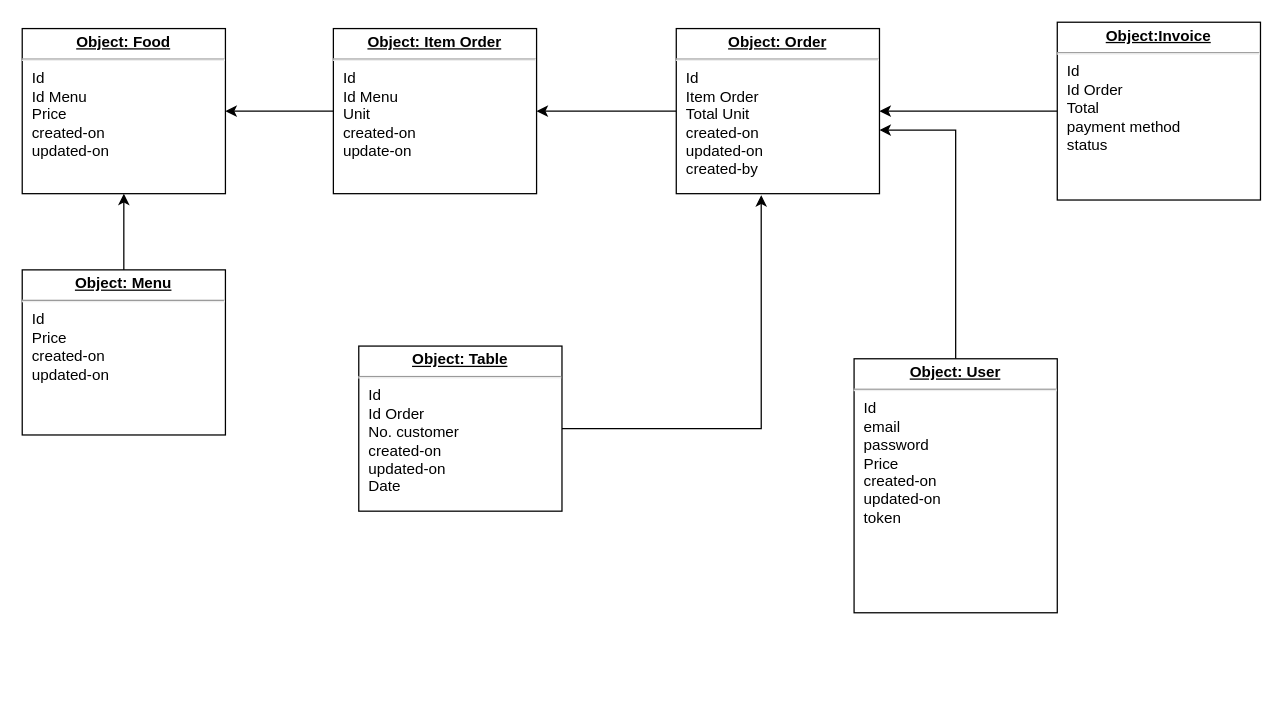
Before: model-design.drawio in kispeagle/restaurant-management, a draw.io diagram. Source tidied: cells renumbered, new cells numbered last; positions are measured from the earlier drawing's top-left corner, leaving out a move shared by most shapes. Both pictures are drawn from the tidied source at 127%, with x=0, y=0 at pixel (22, 22).
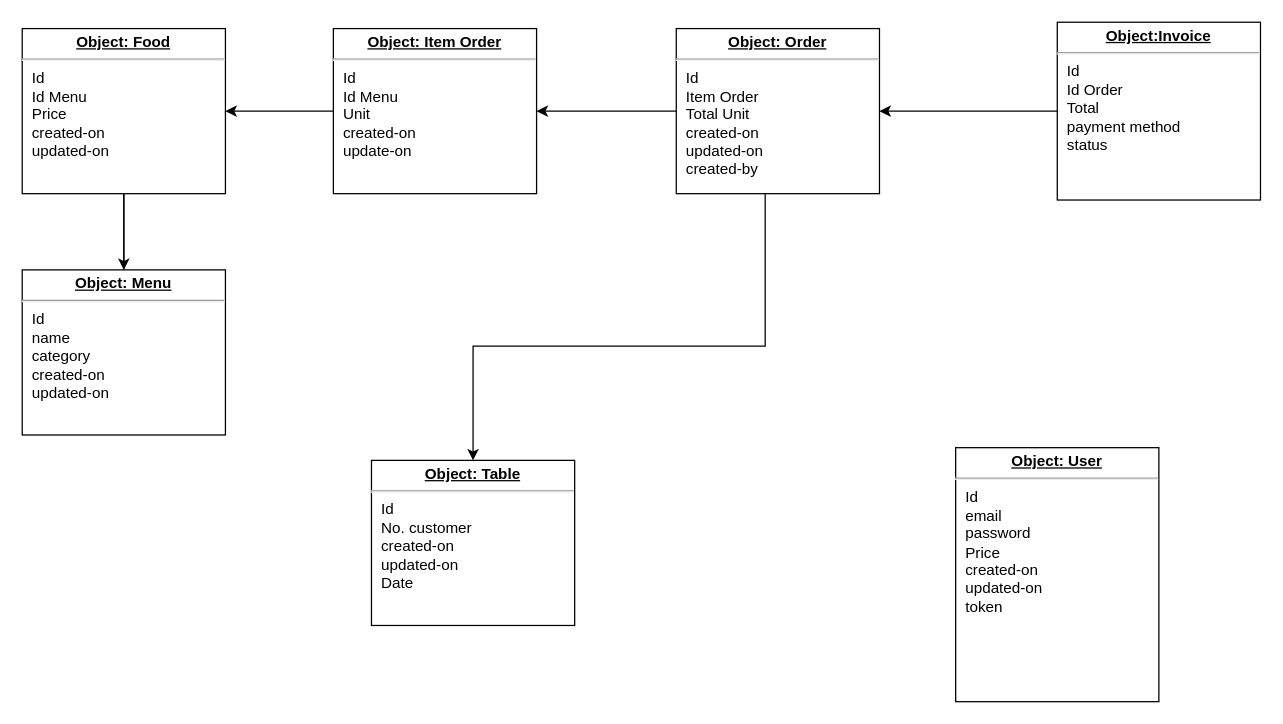
Above is the later version.

Diff of the diagram source:
```diff
@@
 <mxGraphModel>
   <root>
     <mxCell id="0" />
     <mxCell id="1" parent="0" />
+    <mxCell id="15" style="edgeStyle=orthogonalEdgeStyle;rounded=0;jettySize=auto;html=1;" parent="1" edge="1" source="2">
+      <mxGeometry relative="1" as="geometry">
+        <mxPoint x="80" y="250" as="targetPoint" />
+      </mxGeometry>
+    </mxCell>
+    <mxCell id="16" style="edgeStyle=orthogonalEdgeStyle;rounded=0;jettySize=auto;html=1;" parent="1" edge="1" source="2" target="4">
+      <mxGeometry relative="1" as="geometry" />
+    </mxCell>
     <mxCell id="2" value="&lt;p style=&quot;margin:0px;margin-top:4px;text-align:center;text-decoration:underline;&quot;&gt;&lt;b&gt;Object: Food&lt;/b&gt;&lt;/p&gt;&lt;hr&gt;&lt;p style=&quot;margin:0px;margin-left:8px;&quot;&gt;Id&lt;/p&gt;&lt;p style=&quot;margin:0px;margin-left:8px;&quot;&gt;Id Menu&lt;/p&gt;&lt;p style=&quot;margin:0px;margin-left:8px;&quot;&gt;Price&lt;/p&gt;&lt;p style=&quot;margin:0px;margin-left:8px;&quot;&gt;created-on&lt;/p&gt;&lt;p style=&quot;margin:0px;margin-left:8px;&quot;&gt;updated-on&lt;/p&gt;" style="verticalAlign=top;align=left;overflow=fill;fontSize=12;fontFamily=Helvetica;html=1;" parent="1" vertex="1">
       <mxGeometry y="5" width="160" height="130" as="geometry" />
     </mxCell>
-    <mxCell id="3" style="edgeStyle=orthogonalEdgeStyle;rounded=0;jettySize=auto;html=1;entryX=0.5;entryY=1;entryDx=0;entryDy=0;" parent="1" edge="1" source="4" target="2">
-      <mxGeometry relative="1" as="geometry" />
-    </mxCell>
-    <mxCell id="4" value="&lt;p style=&quot;margin:0px;margin-top:4px;text-align:center;text-decoration:underline;&quot;&gt;&lt;b&gt;Object: Menu&lt;/b&gt;&lt;/p&gt;&lt;hr&gt;&lt;p style=&quot;margin:0px;margin-left:8px;&quot;&gt;Id&lt;/p&gt;&lt;p style=&quot;margin:0px;margin-left:8px;&quot;&gt;Price&lt;/p&gt;&lt;p style=&quot;margin:0px;margin-left:8px;&quot;&gt;created-on&lt;/p&gt;&lt;p style=&quot;margin:0px;margin-left:8px;&quot;&gt;updated-on&lt;/p&gt;" style="verticalAlign=top;align=left;overflow=fill;fontSize=12;fontFamily=Helvetica;html=1;" parent="1" vertex="1">
+    <mxCell id="4" value="&lt;p style=&quot;margin:0px;margin-top:4px;text-align:center;text-decoration:underline;&quot;&gt;&lt;b&gt;Object: Menu&lt;/b&gt;&lt;/p&gt;&lt;hr&gt;&lt;p style=&quot;margin:0px;margin-left:8px;&quot;&gt;Id&lt;/p&gt;&lt;p style=&quot;margin:0px;margin-left:8px;&quot;&gt;name&lt;/p&gt;&lt;p style=&quot;margin:0px;margin-left:8px;&quot;&gt;category&lt;/p&gt;&lt;p style=&quot;margin:0px;margin-left:8px;&quot;&gt;created-on&lt;/p&gt;&lt;p style=&quot;margin:0px;margin-left:8px;&quot;&gt;updated-on&lt;/p&gt;" style="verticalAlign=top;align=left;overflow=fill;fontSize=12;fontFamily=Helvetica;html=1;" parent="1" vertex="1">
       <mxGeometry y="195" width="160" height="130" as="geometry" />
     </mxCell>
     <mxCell id="5" style="edgeStyle=orthogonalEdgeStyle;rounded=0;jettySize=auto;html=1;" parent="1" edge="1" source="6" target="2">
       <mxGeometry relative="1" as="geometry" />
     </mxCell>
     <mxCell id="6" value="&lt;p style=&quot;margin:0px;margin-top:4px;text-align:center;text-decoration:underline;&quot;&gt;&lt;b&gt;Object: Item Order&lt;/b&gt;&lt;/p&gt;&lt;hr&gt;&lt;p style=&quot;margin:0px;margin-left:8px;&quot;&gt;Id&lt;/p&gt;&lt;p style=&quot;margin:0px;margin-left:8px;&quot;&gt;Id Menu&lt;/p&gt;&lt;p style=&quot;margin:0px;margin-left:8px;&quot;&gt;Unit&lt;/p&gt;&lt;p style=&quot;margin:0px;margin-left:8px;&quot;&gt;created-on&lt;/p&gt;&lt;p style=&quot;margin:0px;margin-left:8px;&quot;&gt;update-on&lt;/p&gt;" style="verticalAlign=top;align=left;overflow=fill;fontSize=12;fontFamily=Helvetica;html=1;" parent="1" vertex="1">
       <mxGeometry x="245" y="5" width="160" height="130" as="geometry" />
     </mxCell>
     <mxCell id="7" style="edgeStyle=orthogonalEdgeStyle;rounded=0;jettySize=auto;html=1;" parent="1" edge="1" source="8" target="6">
       <mxGeometry relative="1" as="geometry" />
     </mxCell>
+    <mxCell id="17" style="edgeStyle=orthogonalEdgeStyle;rounded=0;jettySize=auto;html=1;entryX=0.5;entryY=0;entryDx=0;entryDy=0;" parent="1" edge="1" source="8" target="10">
+      <mxGeometry relative="1" as="geometry">
+        <Array as="points">
+          <mxPoint x="585" y="255" />
+        </Array>
+      </mxGeometry>
+    </mxCell>
     <mxCell id="8" value="&lt;p style=&quot;margin:0px;margin-top:4px;text-align:center;text-decoration:underline;&quot;&gt;&lt;b&gt;Object: Order&lt;/b&gt;&lt;/p&gt;&lt;hr&gt;&lt;p style=&quot;margin:0px;margin-left:8px;&quot;&gt;Id&lt;/p&gt;&lt;p style=&quot;margin:0px;margin-left:8px;&quot;&gt;Item Order&lt;/p&gt;&lt;p style=&quot;margin:0px;margin-left:8px;&quot;&gt;Total Unit&lt;/p&gt;&lt;p style=&quot;margin:0px;margin-left:8px;&quot;&gt;created-on&lt;/p&gt;&lt;p style=&quot;margin:0px;margin-left:8px;&quot;&gt;updated-on&lt;/p&gt;&lt;p style=&quot;margin:0px;margin-left:8px;&quot;&gt;created-by&lt;/p&gt;" style="verticalAlign=top;align=left;overflow=fill;fontSize=12;fontFamily=Helvetica;html=1;" parent="1" vertex="1">
       <mxGeometry x="515" y="5" width="160" height="130" as="geometry" />
     </mxCell>
-    <mxCell id="9" style="edgeStyle=orthogonalEdgeStyle;rounded=0;jettySize=auto;html=1;entryX=0.418;entryY=1.009;entryDx=0;entryDy=0;entryPerimeter=0;" parent="1" edge="1" source="10" target="8">
-      <mxGeometry relative="1" as="geometry" />
-    </mxCell>
-    <mxCell id="10" value="&lt;p style=&quot;margin:0px;margin-top:4px;text-align:center;text-decoration:underline;&quot;&gt;&lt;b&gt;Object: Table&lt;/b&gt;&lt;/p&gt;&lt;hr&gt;&lt;p style=&quot;margin:0px;margin-left:8px;&quot;&gt;Id&lt;/p&gt;&lt;p style=&quot;margin:0px;margin-left:8px;&quot;&gt;Id Order&lt;/p&gt;&lt;p style=&quot;margin:0px;margin-left:8px;&quot;&gt;No. customer&lt;/p&gt;&lt;p style=&quot;margin:0px;margin-left:8px;&quot;&gt;created-on&lt;/p&gt;&lt;p style=&quot;margin:0px;margin-left:8px;&quot;&gt;updated-on&lt;/p&gt;&lt;p style=&quot;margin:0px;margin-left:8px;&quot;&gt;Date&lt;/p&gt;" style="verticalAlign=top;align=left;overflow=fill;fontSize=12;fontFamily=Helvetica;html=1;" parent="1" vertex="1">
-      <mxGeometry x="265" y="255" width="160" height="130" as="geometry" />
+    <mxCell id="10" value="&lt;p style=&quot;margin:0px;margin-top:4px;text-align:center;text-decoration:underline;&quot;&gt;&lt;b&gt;Object: Table&lt;/b&gt;&lt;/p&gt;&lt;hr&gt;&lt;p style=&quot;margin:0px;margin-left:8px;&quot;&gt;Id&lt;/p&gt;&lt;p style=&quot;margin:0px;margin-left:8px;&quot;&gt;No. customer&lt;/p&gt;&lt;p style=&quot;margin:0px;margin-left:8px;&quot;&gt;created-on&lt;/p&gt;&lt;p style=&quot;margin:0px;margin-left:8px;&quot;&gt;updated-on&lt;/p&gt;&lt;p style=&quot;margin:0px;margin-left:8px;&quot;&gt;Date&lt;/p&gt;" style="verticalAlign=top;align=left;overflow=fill;fontSize=12;fontFamily=Helvetica;html=1;" parent="1" vertex="1">
+      <mxGeometry x="275" y="345" width="160" height="130" as="geometry" />
     </mxCell>
-    <mxCell id="11" style="edgeStyle=orthogonalEdgeStyle;rounded=0;jettySize=auto;html=1;entryX=1;entryY=0.615;entryDx=0;entryDy=0;entryPerimeter=0;" parent="1" edge="1" source="12" target="8">
-      <mxGeometry relative="1" as="geometry" />
-    </mxCell>
     <mxCell id="12" value="&lt;p style=&quot;margin:0px;margin-top:4px;text-align:center;text-decoration:underline;&quot;&gt;&lt;b&gt;Object: User&lt;/b&gt;&lt;/p&gt;&lt;hr&gt;&lt;p style=&quot;margin:0px;margin-left:8px;&quot;&gt;Id&lt;/p&gt;&lt;p style=&quot;margin:0px;margin-left:8px;&quot;&gt;email&lt;/p&gt;&lt;p style=&quot;margin:0px;margin-left:8px;&quot;&gt;password&lt;/p&gt;&lt;p style=&quot;margin:0px;margin-left:8px;&quot;&gt;Price&lt;/p&gt;&lt;p style=&quot;margin:0px;margin-left:8px;&quot;&gt;created-on&lt;/p&gt;&lt;p style=&quot;margin:0px;margin-left:8px;&quot;&gt;updated-on&lt;/p&gt;&lt;p style=&quot;margin:0px;margin-left:8px;&quot;&gt;token&lt;/p&gt;" style="verticalAlign=top;align=left;overflow=fill;fontSize=12;fontFamily=Helvetica;html=1;" parent="1" vertex="1">
-      <mxGeometry x="655" y="265" width="160" height="200" as="geometry" />
+      <mxGeometry x="735" y="335" width="160" height="200" as="geometry" />
     </mxCell>
     <mxCell id="13" style="edgeStyle=orthogonalEdgeStyle;rounded=0;jettySize=auto;html=1;entryX=1;entryY=0.5;entryDx=0;entryDy=0;" parent="1" edge="1" source="14" target="8">
       <mxGeometry relative="1" as="geometry" />
     </mxCell>
     <mxCell id="14" value="&lt;p style=&quot;margin:0px;margin-top:4px;text-align:center;text-decoration:underline;&quot;&gt;&lt;b&gt;Object:Invoice&lt;/b&gt;&lt;/p&gt;&lt;hr&gt;&lt;p style=&quot;margin:0px;margin-left:8px;&quot;&gt;Id&lt;/p&gt;&lt;p style=&quot;margin:0px;margin-left:8px;&quot;&gt;Id Order&lt;/p&gt;&lt;p style=&quot;margin:0px;margin-left:8px;&quot;&gt;Total&lt;/p&gt;&lt;p style=&quot;margin:0px;margin-left:8px;&quot;&gt;payment method&lt;/p&gt;&lt;p style=&quot;margin:0px;margin-left:8px;&quot;&gt;status&lt;/p&gt;" style="verticalAlign=top;align=left;overflow=fill;fontSize=12;fontFamily=Helvetica;html=1;" parent="1" vertex="1">
       <mxGeometry x="815" width="160" height="140" as="geometry" />
     </mxCell>
   </root>
 </mxGraphModel>
```
